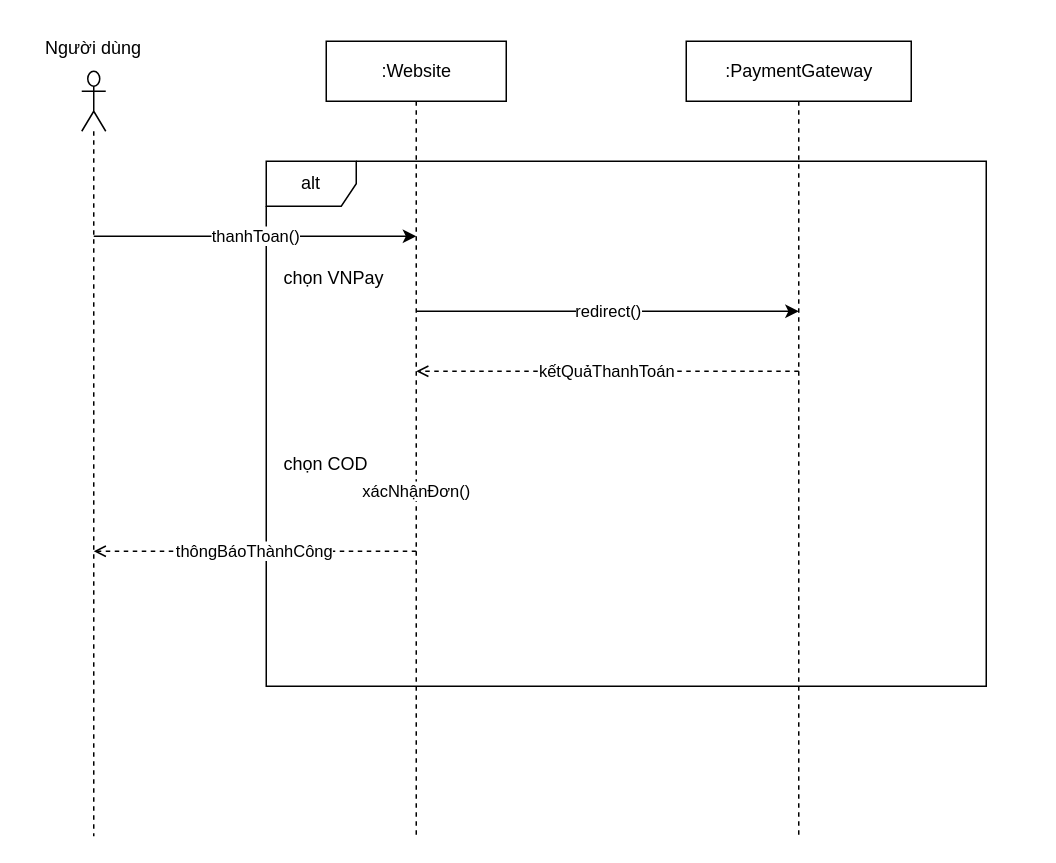
Above: Session05/Bai5.drawio in letoan0902/PTIT_CNTT1_IT104_LePhuToan_PhanTichVaThietKeHeThong (draw.io), before the change. Source tidied: cells renumbered, new cells numbered last; positions are measured from the earlier drawing's top-left corner, leaving out a move shared by most shapes. Both pictures are drawn from the tidied source at 150%, with x=0, y=0 at pixel (26, 26).
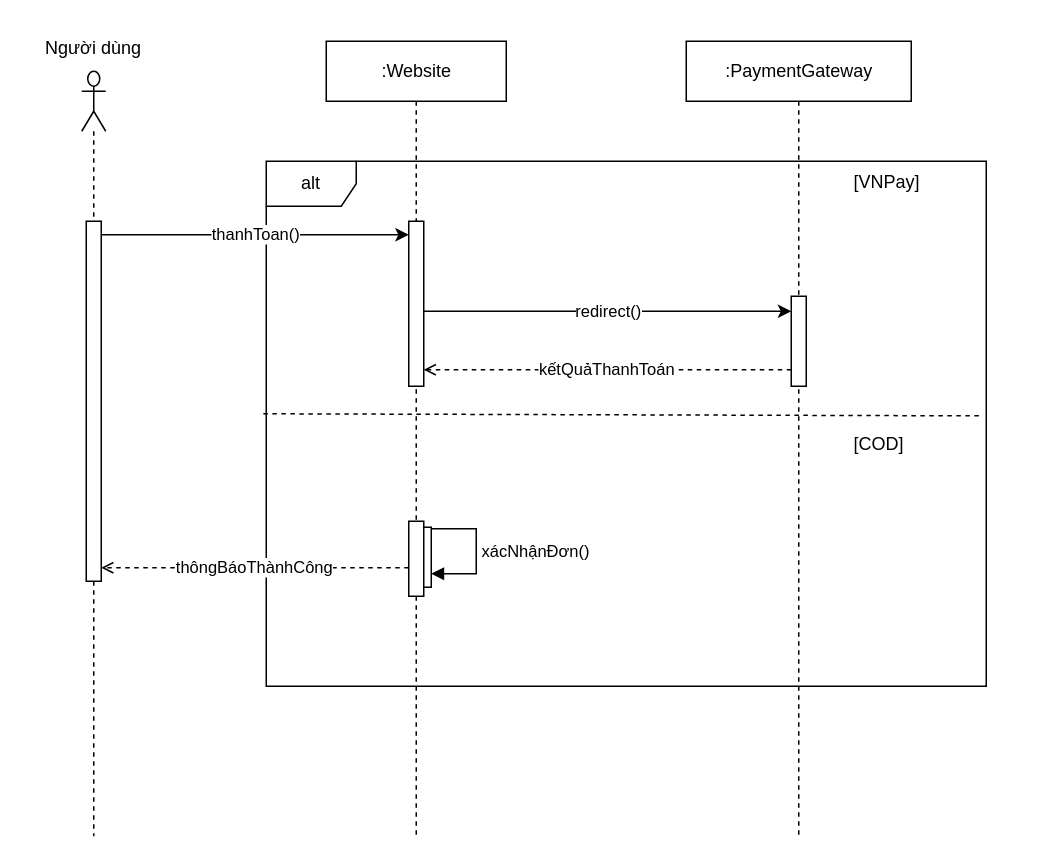
The same diagram, later.

Unchanged cells that the change refers to:
```xml
<mxCell id="2" style="shape=umlLifeline;perimeter=lifelinePerimeter;html=1;participant=umlActor;" parent="1" vertex="1">
  <mxGeometry x="37" y="30" width="16" height="510" as="geometry" />
</mxCell>
<mxCell id="3" value=":Website" style="shape=umlLifeline;perimeter=lifelinePerimeter;html=1;" parent="1" vertex="1">
  <mxGeometry x="200" y="10" width="120" height="530" as="geometry" />
</mxCell>
<mxCell id="5" value="alt" style="shape=umlFrame;whiteSpace=wrap;html=1;" parent="1" vertex="1">
  <mxGeometry x="160" y="90" width="480" height="350" as="geometry" />
</mxCell>
```

Diff of the diagram source:
```diff
@@
+    <mxCell id="14" style="html=1;perimeter=orthogonalPerimeter;targetShapes=umlLifeline;newEdgeStyle={&quot;curved&quot;:0,&quot;rounded&quot;:0};" parent="2" vertex="1">
+      <mxGeometry x="3" y="100" width="10" height="240" as="geometry" />
+    </mxCell>
@@
+    <mxCell id="15" style="html=1;perimeter=orthogonalPerimeter;targetShapes=umlLifeline;newEdgeStyle={&quot;curved&quot;:0,&quot;rounded&quot;:0};" parent="3" vertex="1">
+      <mxGeometry x="55" y="320" width="10" height="50" as="geometry" />
+    </mxCell>
@@
     <mxCell id="6" value="thanhToan()" style="endArrow=classic;html=1;" parent="1" edge="1">
       <mxGeometry relative="1" as="geometry">
-        <mxPoint x="45" y="140" as="sourcePoint" />
-        <mxPoint x="260" y="140" as="targetPoint" />
+        <mxPoint x="50" y="139" as="sourcePoint" />
+        <mxPoint x="255" y="139" as="targetPoint" />
       </mxGeometry>
     </mxCell>
-    <mxCell id="7" value="chọn VNPay" style="text;html=1;whiteSpace=wrap;strokeColor=none;fillColor=none;" parent="1" vertex="1">
-      <mxGeometry x="170" y="154" width="120" height="20" as="geometry" />
+    <mxCell id="7" value="[VNPay]" style="text;html=1;whiteSpace=wrap;strokeColor=none;fillColor=none;" parent="1" vertex="1">
+      <mxGeometry x="550" y="90" width="120" height="20" as="geometry" />
     </mxCell>
     <mxCell id="8" value="redirect()" style="endArrow=classic;html=1;" parent="1" edge="1">
       <mxGeometry relative="1" as="geometry">
-        <mxPoint x="260" y="190" as="sourcePoint" />
-        <mxPoint x="515" y="190" as="targetPoint" />
+        <mxPoint x="265" y="190" as="sourcePoint" />
+        <mxPoint x="510" y="190" as="targetPoint" />
       </mxGeometry>
     </mxCell>
     <mxCell id="9" value="kếtQuảThanhToán" style="endArrow=open;dashed=1;html=1;" parent="1" edge="1">
       <mxGeometry relative="1" as="geometry">
-        <mxPoint x="515" y="230" as="sourcePoint" />
-        <mxPoint x="260" y="230" as="targetPoint" />
+        <mxPoint x="510" y="229" as="sourcePoint" />
+        <mxPoint x="265" y="229" as="targetPoint" />
       </mxGeometry>
     </mxCell>
-    <mxCell id="10" value="chọn COD" style="text;html=1;whiteSpace=wrap;strokeColor=none;fillColor=none;" parent="1" vertex="1">
-      <mxGeometry x="170" y="278" width="120" height="20" as="geometry" />
+    <mxCell id="10" value="[COD]" style="text;html=1;whiteSpace=wrap;strokeColor=none;fillColor=none;" parent="1" vertex="1">
+      <mxGeometry x="550" y="265" width="45" height="20" as="geometry" />
     </mxCell>
-    <mxCell id="11" value="xácNhậnĐơn()" style="endArrow=classic;html=1;" parent="1" edge="1">
+    <mxCell id="11" style="endArrow=classic;html=1;" parent="1" edge="1">
       <mxGeometry relative="1" as="geometry">
         <mxPoint x="260" y="310" as="sourcePoint" />
         <mxPoint x="260" y="310" as="targetPoint" />
         <Array as="points">
           <mxPoint x="260" y="310" />
         </Array>
       </mxGeometry>
     </mxCell>
     <mxCell id="12" value="thôngBáoThànhCông" style="endArrow=open;dashed=1;html=1;" parent="1" edge="1">
       <mxGeometry relative="1" as="geometry">
-        <mxPoint x="260" y="350" as="sourcePoint" />
-        <mxPoint x="45" y="350" as="targetPoint" />
+        <mxPoint x="255" y="361" as="sourcePoint" />
+        <mxPoint x="50" y="361" as="targetPoint" />
       </mxGeometry>
     </mxCell>
@@
+    <mxCell id="16" style="html=1;perimeter=orthogonalPerimeter;targetShapes=umlLifeline;newEdgeStyle={&quot;curved&quot;:0,&quot;rounded&quot;:0};" parent="1" vertex="1">
+      <mxGeometry x="255" y="130" width="10" height="110" as="geometry" />
+    </mxCell>
+    <mxCell id="17" style="endArrow=none;dashed=1;html=1;rounded=0;exitX=-0.004;exitY=0.481;exitDx=0;exitDy=0;exitPerimeter=0;entryX=0.996;entryY=0.485;entryDx=0;entryDy=0;entryPerimeter=0;" parent="1" edge="1" source="5" target="5">
+      <mxGeometry relative="1" as="geometry" />
+    </mxCell>
+    <mxCell id="18" style="html=1;perimeter=orthogonalPerimeter;targetShapes=umlLifeline;newEdgeStyle={&quot;curved&quot;:0,&quot;rounded&quot;:0};" parent="1" vertex="1">
+      <mxGeometry x="510" y="180" width="10" height="60" as="geometry" />
+    </mxCell>
+    <mxCell id="19" style="html=1;perimeter=orthogonalPerimeter;targetShapes=umlLifeline;newEdgeStyle={&quot;curved&quot;:0,&quot;rounded&quot;:0};" parent="1" vertex="1">
+      <mxGeometry x="265" y="334" width="5" height="40" as="geometry" />
+    </mxCell>
+    <mxCell id="20" value="&lt;span style=&quot;text-align: center;&quot;&gt;xácNhậnĐơn()&lt;/span&gt;" style="html=1;align=left;spacingLeft=2;endArrow=block;rounded=0;edgeStyle=orthogonalEdgeStyle;curved=0;rounded=0;" parent="1" edge="1">
+      <mxGeometry relative="1" as="geometry">
+        <mxPoint x="270" y="335" as="sourcePoint" />
+        <mxPoint x="270" y="365" as="targetPoint" />
+        <Array as="points">
+          <mxPoint x="300" y="365" />
+        </Array>
+      </mxGeometry>
+    </mxCell>
```
